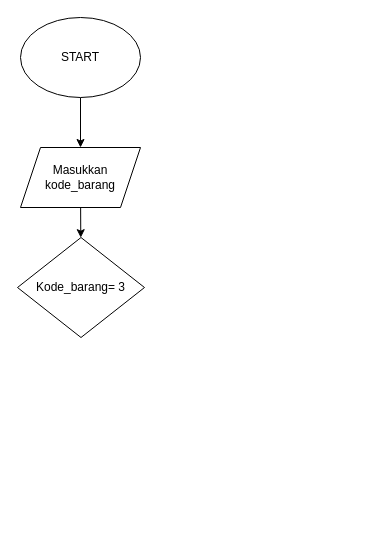
The draw.io diagram flowchart.drawio in sakhaardiansyah/Sakha_Ardiansyah-Sistem_Kasir, before the edit. Source tidied: cells renumbered, new cells numbered last; positions are measured from the earlier drawing's top-left corner, leaving out a move shared by most shapes. Both pictures are drawn from the tidied source at 100%, with x=0, y=0 at pixel (17, 17).
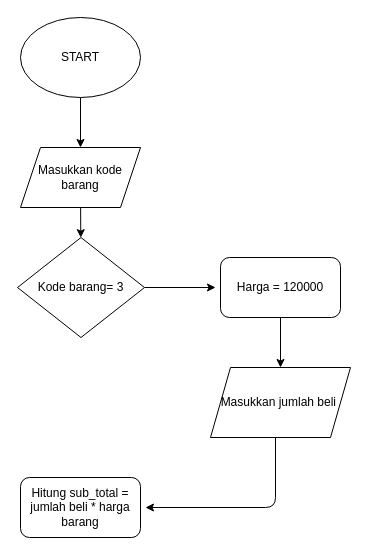
The same diagram, later.

Commit message:
Pengkondisian jika jawaban benar

Diff of the diagram source:
```diff
@@
 <mxGraphModel>
   <root>
     <mxCell id="0" />
     <mxCell id="1" parent="0" />
     <mxCell id="2" style="edgeStyle=none;html=1;" parent="1" edge="1" source="3" target="5">
       <mxGeometry relative="1" as="geometry" />
     </mxCell>
     <mxCell id="3" value="START" style="ellipse;whiteSpace=wrap;html=1;" parent="1" vertex="1">
       <mxGeometry x="3" width="120" height="80" as="geometry" />
     </mxCell>
     <mxCell id="4" style="edgeStyle=none;html=1;" parent="1" edge="1" source="5" target="6">
       <mxGeometry relative="1" as="geometry" />
     </mxCell>
-    <mxCell id="5" value="Masukkan kode_barang" style="shape=parallelogram;perimeter=parallelogramPerimeter;whiteSpace=wrap;html=1;fixedSize=1;" parent="1" vertex="1">
+    <mxCell id="5" value="Masukkan kode barang" style="shape=parallelogram;perimeter=parallelogramPerimeter;whiteSpace=wrap;html=1;fixedSize=1;" parent="1" vertex="1">
       <mxGeometry x="3" y="130" width="120" height="60" as="geometry" />
     </mxCell>
+    <mxCell id="7" style="edgeStyle=none;html=1;" parent="1" edge="1" source="6">
+      <mxGeometry relative="1" as="geometry">
+        <mxPoint x="198" y="270" as="targetPoint" />
+      </mxGeometry>
+    </mxCell>
-    <mxCell id="6" value="Kode_barang= 3" style="rhombus;whiteSpace=wrap;html=1;" parent="1" vertex="1">
+    <mxCell id="6" value="Kode barang= 3" style="rhombus;whiteSpace=wrap;html=1;" parent="1" vertex="1">
       <mxGeometry y="220" width="127" height="100" as="geometry" />
     </mxCell>
+    <mxCell id="8" style="edgeStyle=none;html=1;" parent="1" edge="1" target="9">
+      <mxGeometry relative="1" as="geometry">
+        <mxPoint x="263" y="300" as="sourcePoint" />
+      </mxGeometry>
+    </mxCell>
+    <mxCell id="9" value="Masukkan jumlah beli&amp;nbsp;" style="shape=parallelogram;perimeter=parallelogramPerimeter;whiteSpace=wrap;html=1;fixedSize=1;" parent="1" vertex="1">
+      <mxGeometry x="193" y="350" width="140" height="70" as="geometry" />
+    </mxCell>
+    <mxCell id="10" value="Hitung sub_total = jumlah beli * harga barang" style="rounded=1;whiteSpace=wrap;html=1;" parent="1" vertex="1">
+      <mxGeometry x="3" y="460" width="120" height="60" as="geometry" />
+    </mxCell>
+    <mxCell id="11" value="Harga = 120000" style="rounded=1;whiteSpace=wrap;html=1;" parent="1" vertex="1">
+      <mxGeometry x="203" y="240" width="120" height="60" as="geometry" />
+    </mxCell>
+    <mxCell id="12" style="endArrow=classic;html=1;" parent="1" edge="1">
+      <mxGeometry relative="1" as="geometry">
+        <mxPoint x="258" y="420" as="sourcePoint" />
+        <mxPoint x="128" y="490" as="targetPoint" />
+        <Array as="points">
+          <mxPoint x="258" y="490" />
+        </Array>
+      </mxGeometry>
+    </mxCell>
   </root>
 </mxGraphModel>
```
